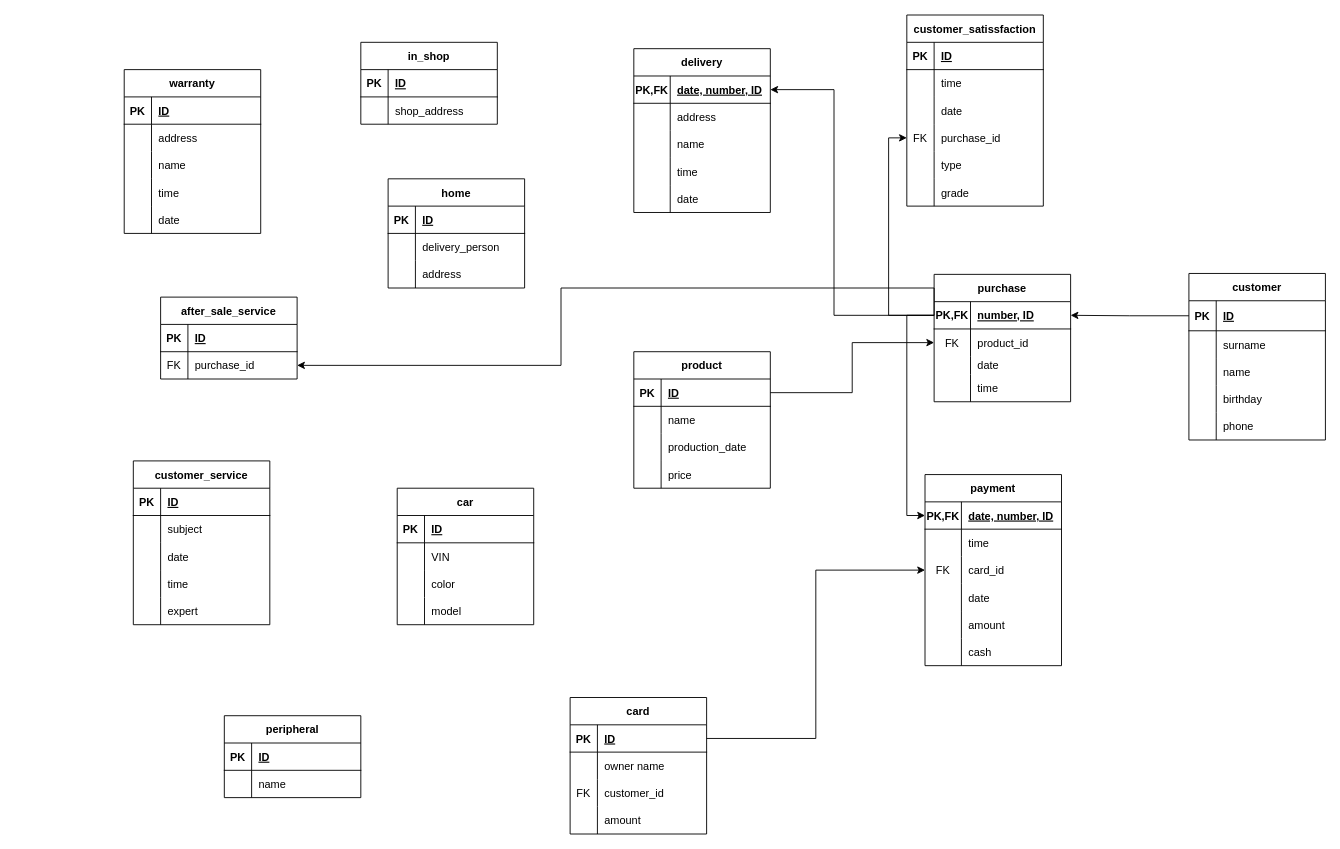
Earlier version of the draw.io diagram car_logical1.drawio (mohsenshahii/database). Source tidied: cells renumbered, new cells numbered last; positions are measured from the earlier drawing's top-left corner, leaving out a move shared by most shapes. Both pictures are drawn from the tidied source at 91%, with x=0, y=0 at pixel (124, 15).
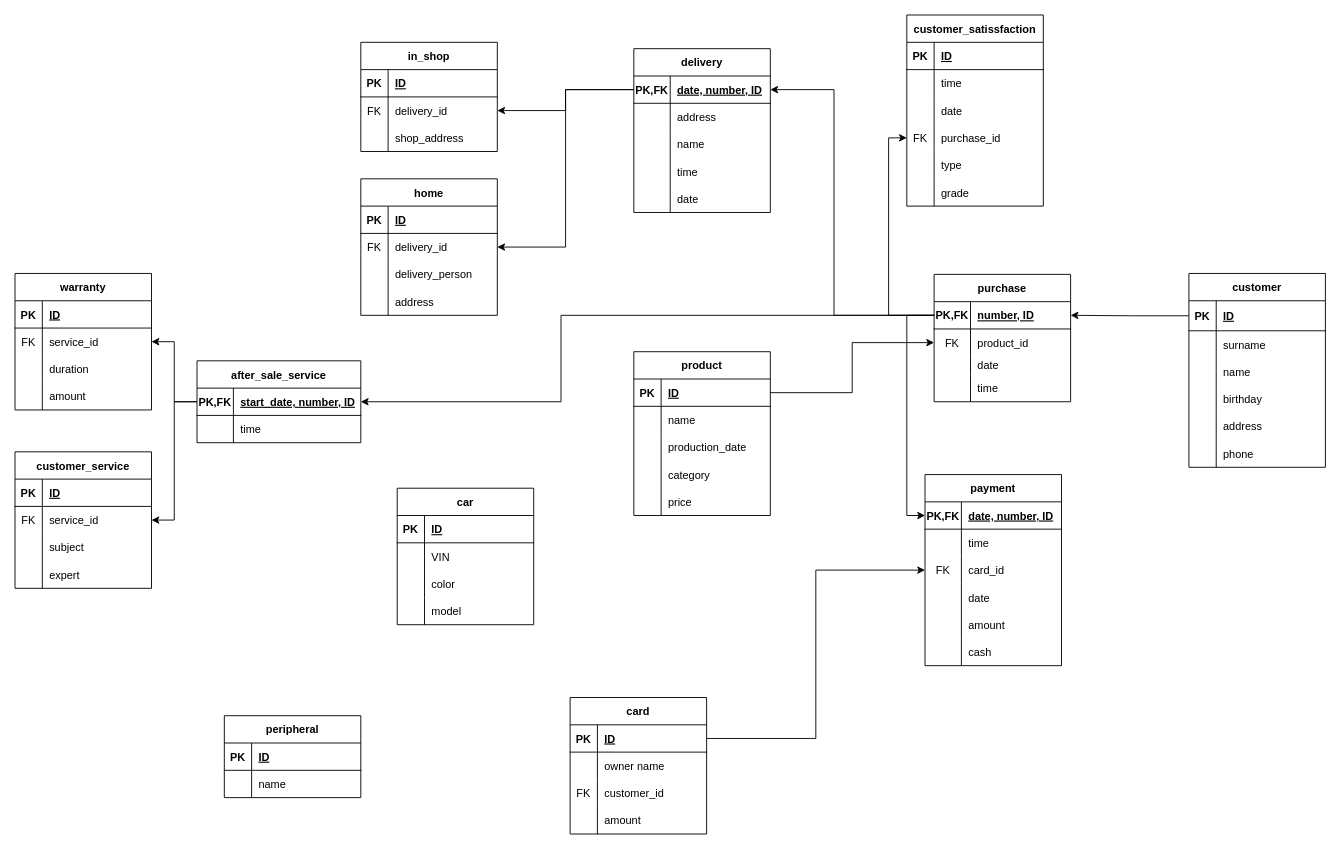
The same page after the edit.

Unchanged cells that the change refers to:
```xml
<mxCell id="38" style="shape=tableRow;horizontal=0;startSize=0;swimlaneHead=0;swimlaneBody=0;fillColor=none;points=[[0,0.5],[1,0.5]];portConstraint=eastwest;top=0;left=0;right=0;bottom=1;" parent="37" vertex="1">
  <mxGeometry y="30" width="150" height="30" as="geometry" />
</mxCell>
<mxCell id="83" style="shape=tableRow;horizontal=0;startSize=0;swimlaneHead=0;swimlaneBody=0;fillColor=none;points=[[0,0.5],[1,0.5]];portConstraint=eastwest;top=0;left=0;right=0;bottom=1;" parent="82" vertex="1">
  <mxGeometry y="30" width="150" height="30" as="geometry" />
</mxCell>
```

Change to the diagram source:
```diff
@@
     <mxCell id="2" value="customer" style="shape=table;startSize=30;childLayout=tableLayout;rowLines=0;fontStyle=1;align=center;arcSize=21;" parent="1" vertex="1">
-      <mxGeometry x="1170" y="284" width="150" height="183" as="geometry" />
+      <mxGeometry x="1170" y="284" width="150" height="213" as="geometry" />
     </mxCell>
@@
+    <mxCell id="194" style="shape=tableRow;horizontal=0;startSize=0;swimlaneHead=0;swimlaneBody=0;fillColor=none;top=0;left=0;right=0;bottom=0;" parent="2" vertex="1">
+      <mxGeometry y="153" width="150" height="30" as="geometry" />
+    </mxCell>
+    <mxCell id="195" style="shape=partialRectangle;fillColor=none;top=0;left=0;bottom=0;right=0;overflow=hidden;" parent="194" vertex="1">
+      <mxGeometry width="30" height="30" as="geometry" />
+    </mxCell>
+    <mxCell id="196" value="address" style="shape=partialRectangle;fillColor=none;top=0;left=0;bottom=0;right=0;align=left;spacingLeft=6;overflow=hidden;" parent="194" vertex="1">
+      <mxGeometry x="30" width="120" height="30" as="geometry" />
+    </mxCell>
     <mxCell id="15" style="shape=tableRow;horizontal=0;startSize=0;swimlaneHead=0;swimlaneBody=0;fillColor=none;top=0;left=0;right=0;bottom=0;" parent="2" vertex="1">
-      <mxGeometry y="153" width="150" height="30" as="geometry" />
+      <mxGeometry y="183" width="150" height="30" as="geometry" />
     </mxCell>
@@
     <mxCell id="98" value="in_shop" style="shape=table;startSize=30;childLayout=tableLayout;rowLines=0;fontStyle=1;align=center;" parent="1" vertex="1">
-      <mxGeometry x="260" y="30" width="150" height="90" as="geometry" />
+      <mxGeometry x="260" y="30" width="150" height="120" as="geometry" />
     </mxCell>
@@
+    <mxCell id="197" style="shape=tableRow;horizontal=0;startSize=0;swimlaneHead=0;swimlaneBody=0;fillColor=none;points=[[0,0.5],[1,0.5]];portConstraint=eastwest;top=0;left=0;right=0;bottom=0;" parent="98" vertex="1">
+      <mxGeometry y="60" width="150" height="30" as="geometry" />
+    </mxCell>
+    <mxCell id="198" value="FK" style="shape=partialRectangle;fillColor=none;top=0;left=0;bottom=0;right=0;overflow=hidden;" parent="197" vertex="1">
+      <mxGeometry width="30" height="30" as="geometry" />
+    </mxCell>
+    <mxCell id="199" value="delivery_id" style="shape=partialRectangle;fillColor=none;top=0;left=0;bottom=0;right=0;align=left;spacingLeft=6;overflow=hidden;" parent="197" vertex="1">
+      <mxGeometry x="30" width="120" height="30" as="geometry" />
+    </mxCell>
     <mxCell id="102" style="shape=tableRow;horizontal=0;startSize=0;swimlaneHead=0;swimlaneBody=0;fillColor=none;top=0;left=0;right=0;bottom=0;" parent="98" vertex="1">
-      <mxGeometry y="60" width="150" height="30" as="geometry" />
+      <mxGeometry y="90" width="150" height="30" as="geometry" />
     </mxCell>
@@
     <mxCell id="105" value="home" style="shape=table;startSize=30;childLayout=tableLayout;rowLines=0;fontStyle=1;align=center;" parent="1" vertex="1">
-      <mxGeometry x="290" y="180" width="150" height="120" as="geometry" />
+      <mxGeometry x="260" y="180" width="150" height="150" as="geometry" />
     </mxCell>
@@
+    <mxCell id="200" style="shape=tableRow;horizontal=0;startSize=0;swimlaneHead=0;swimlaneBody=0;fillColor=none;points=[[0,0.5],[1,0.5]];portConstraint=eastwest;top=0;left=0;right=0;bottom=0;" parent="105" vertex="1">
+      <mxGeometry y="60" width="150" height="30" as="geometry" />
+    </mxCell>
+    <mxCell id="201" value="FK" style="shape=partialRectangle;fillColor=none;top=0;left=0;bottom=0;right=0;fontStyle=0;overflow=hidden;" parent="200" vertex="1">
+      <mxGeometry width="30" height="30" as="geometry" />
+    </mxCell>
+    <mxCell id="202" value="delivery_id" style="shape=partialRectangle;fillColor=none;top=0;left=0;bottom=0;right=0;align=left;spacingLeft=6;fontStyle=0;overflow=hidden;" parent="200" vertex="1">
+      <mxGeometry x="30" width="120" height="30" as="geometry" />
+    </mxCell>
     <mxCell id="109" style="shape=tableRow;horizontal=0;startSize=0;swimlaneHead=0;swimlaneBody=0;fillColor=none;top=0;left=0;right=0;bottom=0;" parent="105" vertex="1">
-      <mxGeometry y="60" width="150" height="30" as="geometry" />
+      <mxGeometry y="90" width="150" height="30" as="geometry" />
     </mxCell>
@@
     <mxCell id="112" style="shape=tableRow;horizontal=0;startSize=0;swimlaneHead=0;swimlaneBody=0;fillColor=none;top=0;left=0;right=0;bottom=0;" parent="105" vertex="1">
-      <mxGeometry y="90" width="150" height="30" as="geometry" />
+      <mxGeometry y="120" width="150" height="30" as="geometry" />
     </mxCell>
@@
     <mxCell id="122" value="after_sale_service" style="shape=table;startSize=30;childLayout=tableLayout;rowLines=0;fontStyle=1;align=center;" parent="1" vertex="1">
-      <mxGeometry x="40" y="310" width="150" height="90" as="geometry" />
+      <mxGeometry x="80" y="380" width="180" height="90" as="geometry" />
     </mxCell>
     <mxCell id="123" style="shape=tableRow;horizontal=0;startSize=0;swimlaneHead=0;swimlaneBody=0;fillColor=none;points=[[0,0.5],[1,0.5]];portConstraint=eastwest;top=0;left=0;right=0;bottom=1;" parent="122" vertex="1">
-      <mxGeometry y="30" width="150" height="30" as="geometry" />
+      <mxGeometry y="30" width="180" height="30" as="geometry" />
     </mxCell>
-    <mxCell id="124" value="PK" style="shape=partialRectangle;fillColor=none;top=0;left=0;bottom=0;right=0;fontStyle=1;overflow=hidden;" parent="123" vertex="1">
-      <mxGeometry width="30" height="30" as="geometry" />
+    <mxCell id="124" value="PK,FK" style="shape=partialRectangle;fillColor=none;top=0;left=0;bottom=0;right=0;fontStyle=1;overflow=hidden;" parent="123" vertex="1">
+      <mxGeometry width="40" height="30" as="geometry" />
     </mxCell>
-    <mxCell id="125" value="ID" style="shape=partialRectangle;fillColor=none;top=0;left=0;bottom=0;right=0;align=left;spacingLeft=6;fontStyle=5;overflow=hidden;" parent="123" vertex="1">
-      <mxGeometry x="30" width="120" height="30" as="geometry" />
+    <mxCell id="125" value="start_date, number, ID" style="shape=partialRectangle;fillColor=none;top=0;left=0;bottom=0;right=0;align=left;spacingLeft=6;fontStyle=5;overflow=hidden;" parent="123" vertex="1">
+      <mxGeometry x="40" width="140" height="30" as="geometry" />
     </mxCell>
-    <mxCell id="126" style="shape=tableRow;horizontal=0;startSize=0;swimlaneHead=0;swimlaneBody=0;fillColor=none;points=[[0,0.5],[1,0.5]];portConstraint=eastwest;top=0;left=0;right=0;bottom=0;" parent="122" vertex="1">
-      <mxGeometry y="60" width="150" height="30" as="geometry" />
-    </mxCell>
-    <mxCell id="127" value="FK" style="shape=partialRectangle;fillColor=none;top=0;left=0;bottom=0;right=0;fontStyle=0;overflow=hidden;" parent="126" vertex="1">
-      <mxGeometry width="30" height="30" as="geometry" />
-    </mxCell>
-    <mxCell id="128" value="purchase_id" style="shape=partialRectangle;fillColor=none;top=0;left=0;bottom=0;right=0;align=left;spacingLeft=6;fontStyle=0;overflow=hidden;" parent="126" vertex="1">
-      <mxGeometry x="30" width="120" height="30" as="geometry" />
-    </mxCell>
+    <mxCell id="203" style="shape=tableRow;horizontal=0;startSize=0;swimlaneHead=0;swimlaneBody=0;fillColor=none;top=0;left=0;right=0;bottom=0;" parent="122" vertex="1">
+      <mxGeometry y="60" width="180" height="30" as="geometry" />
+    </mxCell>
+    <mxCell id="204" style="shape=partialRectangle;fillColor=none;top=0;left=0;bottom=0;right=0;overflow=hidden;" parent="203" vertex="1">
+      <mxGeometry width="40" height="30" as="geometry" />
+    </mxCell>
+    <mxCell id="205" value="time" style="shape=partialRectangle;fillColor=none;top=0;left=0;bottom=0;right=0;align=left;spacingLeft=6;overflow=hidden;" parent="203" vertex="1">
+      <mxGeometry x="40" width="140" height="30" as="geometry" />
+    </mxCell>
     <mxCell id="129" value="warranty" style="shape=table;startSize=30;childLayout=tableLayout;rowLines=0;fontStyle=1;align=center;" parent="1" vertex="1">
-      <mxGeometry y="60" width="150" height="180" as="geometry" />
+      <mxGeometry x="-120" y="284" width="150" height="150" as="geometry" />
     </mxCell>
@@
+    <mxCell id="206" style="shape=tableRow;horizontal=0;startSize=0;swimlaneHead=0;swimlaneBody=0;fillColor=none;points=[[0,0.5],[1,0.5]];portConstraint=eastwest;top=0;left=0;right=0;bottom=0;" parent="129" vertex="1">
+      <mxGeometry y="60" width="150" height="30" as="geometry" />
+    </mxCell>
+    <mxCell id="207" value="FK" style="shape=partialRectangle;fillColor=none;top=0;left=0;bottom=0;right=0;fontStyle=0;overflow=hidden;" parent="206" vertex="1">
+      <mxGeometry width="30" height="30" as="geometry" />
+    </mxCell>
+    <mxCell id="208" value="service_id" style="shape=partialRectangle;fillColor=none;top=0;left=0;bottom=0;right=0;align=left;spacingLeft=6;fontStyle=0;overflow=hidden;" parent="206" vertex="1">
+      <mxGeometry x="30" width="120" height="30" as="geometry" />
+    </mxCell>
     <mxCell id="133" style="shape=tableRow;horizontal=0;startSize=0;swimlaneHead=0;swimlaneBody=0;fillColor=none;top=0;left=0;right=0;bottom=0;" parent="129" vertex="1">
-      <mxGeometry y="60" width="150" height="30" as="geometry" />
+      <mxGeometry y="90" width="150" height="30" as="geometry" />
     </mxCell>
@@
-    <mxCell id="135" value="address" style="shape=partialRectangle;fillColor=none;top=0;left=0;bottom=0;right=0;align=left;spacingLeft=6;overflow=hidden;" parent="133" vertex="1">
+    <mxCell id="135" value="duration" style="shape=partialRectangle;fillColor=none;top=0;left=0;bottom=0;right=0;align=left;spacingLeft=6;overflow=hidden;" parent="133" vertex="1">
       <mxGeometry x="30" width="120" height="30" as="geometry" />
     </mxCell>
     <mxCell id="136" style="shape=tableRow;horizontal=0;startSize=0;swimlaneHead=0;swimlaneBody=0;fillColor=none;top=0;left=0;right=0;bottom=0;" parent="129" vertex="1">
-      <mxGeometry y="90" width="150" height="30" as="geometry" />
+      <mxGeometry y="120" width="150" height="30" as="geometry" />
     </mxCell>
@@
-    <mxCell id="138" value="name" style="shape=partialRectangle;fillColor=none;top=0;left=0;bottom=0;right=0;align=left;spacingLeft=6;overflow=hidden;" parent="136" vertex="1">
+    <mxCell id="138" value="amount" style="shape=partialRectangle;fillColor=none;top=0;left=0;bottom=0;right=0;align=left;spacingLeft=6;overflow=hidden;" parent="136" vertex="1">
       <mxGeometry x="30" width="120" height="30" as="geometry" />
     </mxCell>
-    <mxCell id="139" style="shape=tableRow;horizontal=0;startSize=0;swimlaneHead=0;swimlaneBody=0;fillColor=none;top=0;left=0;right=0;bottom=0;" parent="129" vertex="1">
-      <mxGeometry y="120" width="150" height="30" as="geometry" />
-    </mxCell>
-    <mxCell id="140" style="shape=partialRectangle;fillColor=none;top=0;left=0;bottom=0;right=0;overflow=hidden;" parent="139" vertex="1">
-      <mxGeometry width="30" height="30" as="geometry" />
-    </mxCell>
-    <mxCell id="141" value="time" style="shape=partialRectangle;fillColor=none;top=0;left=0;bottom=0;right=0;align=left;spacingLeft=6;overflow=hidden;" parent="139" vertex="1">
-      <mxGeometry x="30" width="120" height="30" as="geometry" />
-    </mxCell>
-    <mxCell id="142" style="shape=tableRow;horizontal=0;startSize=0;swimlaneHead=0;swimlaneBody=0;fillColor=none;top=0;left=0;right=0;bottom=0;" parent="129" vertex="1">
-      <mxGeometry y="150" width="150" height="30" as="geometry" />
-    </mxCell>
-    <mxCell id="143" style="shape=partialRectangle;fillColor=none;top=0;left=0;bottom=0;right=0;overflow=hidden;" parent="142" vertex="1">
-      <mxGeometry width="30" height="30" as="geometry" />
-    </mxCell>
-    <mxCell id="144" value="date" style="shape=partialRectangle;fillColor=none;top=0;left=0;bottom=0;right=0;align=left;spacingLeft=6;overflow=hidden;" parent="142" vertex="1">
-      <mxGeometry x="30" width="120" height="30" as="geometry" />
-    </mxCell>
     <mxCell id="145" value="product" style="shape=table;startSize=30;childLayout=tableLayout;rowLines=0;fontStyle=1;align=center;" parent="1" vertex="1">
-      <mxGeometry x="560" y="370" width="150" height="150" as="geometry" />
+      <mxGeometry x="560" y="370" width="150" height="180" as="geometry" />
     </mxCell>
@@
+    <mxCell id="209" style="shape=tableRow;horizontal=0;startSize=0;swimlaneHead=0;swimlaneBody=0;fillColor=none;top=0;left=0;right=0;bottom=0;" parent="145" vertex="1">
+      <mxGeometry y="120" width="150" height="30" as="geometry" />
+    </mxCell>
+    <mxCell id="210" style="shape=partialRectangle;fillColor=none;top=0;left=0;bottom=0;right=0;overflow=hidden;" parent="209" vertex="1">
+      <mxGeometry width="30" height="30" as="geometry" />
+    </mxCell>
+    <mxCell id="211" value="category" style="shape=partialRectangle;fillColor=none;top=0;left=0;bottom=0;right=0;align=left;spacingLeft=6;overflow=hidden;" parent="209" vertex="1">
+      <mxGeometry x="30" width="120" height="30" as="geometry" />
+    </mxCell>
     <mxCell id="155" style="shape=tableRow;horizontal=0;startSize=0;swimlaneHead=0;swimlaneBody=0;fillColor=none;top=0;left=0;right=0;bottom=0;" parent="145" vertex="1">
-      <mxGeometry y="120" width="150" height="30" as="geometry" />
+      <mxGeometry y="150" width="150" height="30" as="geometry" />
     </mxCell>
@@
     <mxCell id="175" value="customer_service" style="shape=table;startSize=30;childLayout=tableLayout;rowLines=0;fontStyle=1;align=center;" parent="1" vertex="1">
-      <mxGeometry x="10" y="490" width="150" height="180" as="geometry" />
+      <mxGeometry x="-120" y="480" width="150" height="150" as="geometry" />
     </mxCell>
@@
+    <mxCell id="212" style="shape=tableRow;horizontal=0;startSize=0;swimlaneHead=0;swimlaneBody=0;fillColor=none;points=[[0,0.5],[1,0.5]];portConstraint=eastwest;top=0;left=0;right=0;bottom=0;" parent="175" vertex="1">
+      <mxGeometry y="60" width="150" height="30" as="geometry" />
+    </mxCell>
+    <mxCell id="213" value="FK" style="shape=partialRectangle;fillColor=none;top=0;left=0;bottom=0;right=0;fontStyle=0;overflow=hidden;" parent="212" vertex="1">
+      <mxGeometry width="30" height="30" as="geometry" />
+    </mxCell>
+    <mxCell id="214" value="service_id" style="shape=partialRectangle;fillColor=none;top=0;left=0;bottom=0;right=0;align=left;spacingLeft=6;fontStyle=0;overflow=hidden;" parent="212" vertex="1">
+      <mxGeometry x="30" width="120" height="30" as="geometry" />
+    </mxCell>
     <mxCell id="179" style="shape=tableRow;horizontal=0;startSize=0;swimlaneHead=0;swimlaneBody=0;fillColor=none;top=0;left=0;right=0;bottom=0;" parent="175" vertex="1">
-      <mxGeometry y="60" width="150" height="30" as="geometry" />
+      <mxGeometry y="90" width="150" height="30" as="geometry" />
     </mxCell>
@@
-    <mxCell id="182" style="shape=tableRow;horizontal=0;startSize=0;swimlaneHead=0;swimlaneBody=0;fillColor=none;top=0;left=0;right=0;bottom=0;" parent="175" vertex="1">
-      <mxGeometry y="90" width="150" height="30" as="geometry" />
-    </mxCell>
-    <mxCell id="183" style="shape=partialRectangle;fillColor=none;top=0;left=0;bottom=0;right=0;overflow=hidden;" parent="182" vertex="1">
-      <mxGeometry width="30" height="30" as="geometry" />
-    </mxCell>
-    <mxCell id="184" value="date" style="shape=partialRectangle;fillColor=none;top=0;left=0;bottom=0;right=0;align=left;spacingLeft=6;overflow=hidden;" parent="182" vertex="1">
-      <mxGeometry x="30" width="120" height="30" as="geometry" />
-    </mxCell>
-    <mxCell id="185" style="shape=tableRow;horizontal=0;startSize=0;swimlaneHead=0;swimlaneBody=0;fillColor=none;top=0;left=0;right=0;bottom=0;" parent="175" vertex="1">
-      <mxGeometry y="120" width="150" height="30" as="geometry" />
-    </mxCell>
-    <mxCell id="186" style="shape=partialRectangle;fillColor=none;top=0;left=0;bottom=0;right=0;overflow=hidden;" parent="185" vertex="1">
-      <mxGeometry width="30" height="30" as="geometry" />
-    </mxCell>
-    <mxCell id="187" value="time" style="shape=partialRectangle;fillColor=none;top=0;left=0;bottom=0;right=0;align=left;spacingLeft=6;overflow=hidden;" parent="185" vertex="1">
-      <mxGeometry x="30" width="120" height="30" as="geometry" />
-    </mxCell>
     <mxCell id="188" style="shape=tableRow;horizontal=0;startSize=0;swimlaneHead=0;swimlaneBody=0;fillColor=none;top=0;left=0;right=0;bottom=0;" parent="175" vertex="1">
-      <mxGeometry y="150" width="150" height="30" as="geometry" />
+      <mxGeometry y="120" width="150" height="30" as="geometry" />
     </mxCell>
@@
-    <mxCell id="191" style="edgeStyle=orthogonalEdgeStyle;rounded=0;jettySize=auto;html=1;exitX=0;exitY=0.5;exitDx=0;exitDy=0;entryX=1;entryY=0.5;entryDx=0;entryDy=0;" parent="1" edge="1" source="38" target="126">
+    <mxCell id="191" style="edgeStyle=orthogonalEdgeStyle;rounded=0;jettySize=auto;html=1;exitX=0;exitY=0.5;exitDx=0;exitDy=0;entryX=1;entryY=0.5;entryDx=0;entryDy=0;" parent="1" edge="1" source="38" target="123">
       <mxGeometry relative="1" as="geometry">
         <Array as="points">
-          <mxPoint x="890" y="300" />
-          <mxPoint x="480" y="300" />
-          <mxPoint x="480" y="385" />
+          <mxPoint x="480" y="330" />
         </Array>
       </mxGeometry>
     </mxCell>
@@
+    <mxCell id="215" style="edgeStyle=orthogonalEdgeStyle;rounded=0;jettySize=auto;html=1;exitX=0;exitY=0.5;exitDx=0;exitDy=0;entryX=1;entryY=0.5;entryDx=0;entryDy=0;" parent="1" edge="1" source="83" target="197">
+      <mxGeometry relative="1" as="geometry" />
+    </mxCell>
+    <mxCell id="216" style="edgeStyle=orthogonalEdgeStyle;rounded=0;jettySize=auto;html=1;exitX=0;exitY=0.5;exitDx=0;exitDy=0;entryX=1;entryY=0.5;entryDx=0;entryDy=0;" parent="1" edge="1" source="83" target="200">
+      <mxGeometry relative="1" as="geometry" />
+    </mxCell>
+    <mxCell id="217" style="edgeStyle=orthogonalEdgeStyle;rounded=0;jettySize=auto;html=1;exitX=0;exitY=0.5;exitDx=0;exitDy=0;entryX=1;entryY=0.5;entryDx=0;entryDy=0;" parent="1" edge="1" source="123" target="212">
+      <mxGeometry relative="1" as="geometry" />
+    </mxCell>
+    <mxCell id="218" style="edgeStyle=orthogonalEdgeStyle;rounded=0;jettySize=auto;html=1;exitX=0;exitY=0.5;exitDx=0;exitDy=0;entryX=1;entryY=0.5;entryDx=0;entryDy=0;" parent="1" edge="1" source="123" target="206">
+      <mxGeometry relative="1" as="geometry" />
+    </mxCell>
```
